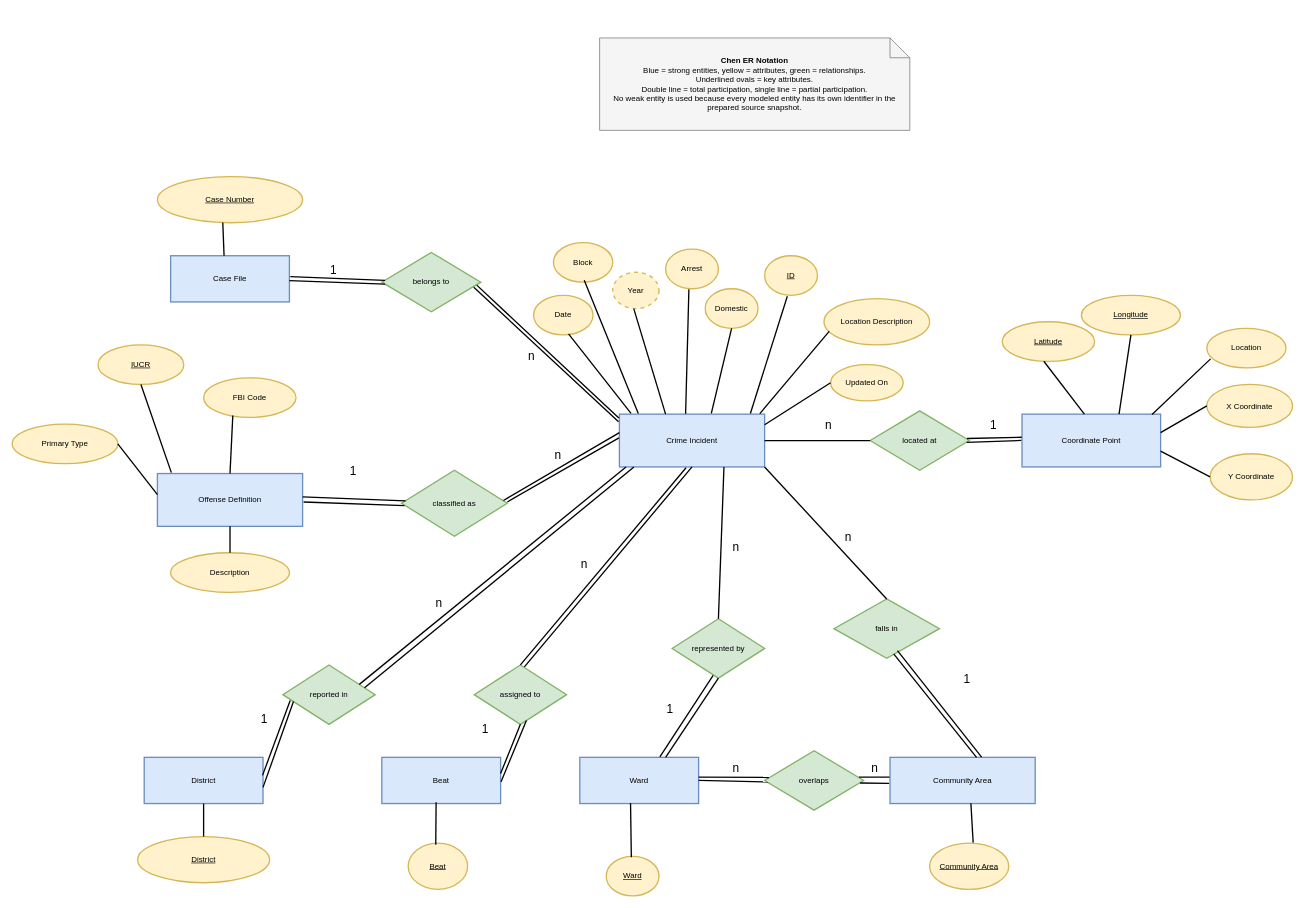
Before: page "ER Diagram" (1 of 5) of diagrams/dwbi_models.drawio in ManushiChamika/Urban_Crime_Monitoring_and_Public_Safety_Intelligence, a draw.io diagram. Source tidied: cells renumbered, new cells numbered last; positions are measured from the earlier drawing's top-left corner, leaving out a move shared by most shapes. Both pictures are drawn from the tidied source at 66%, with x=0, y=0 at pixel (12, 38).
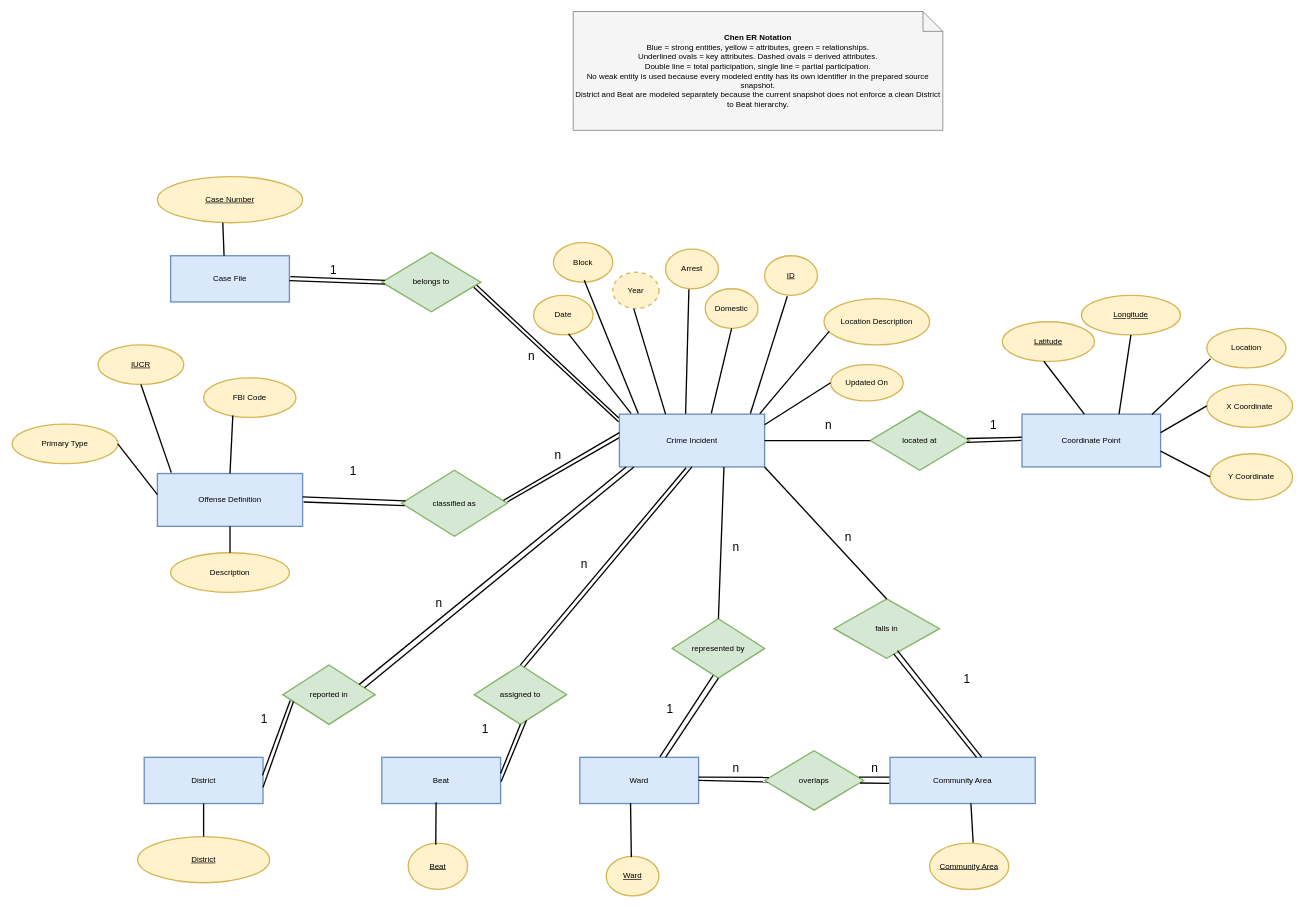
The same page after the edit.

Change to the diagram source:
```diff
@@
-    <mxCell id="2" value="&lt;b&gt;Chen ER Notation&lt;/b&gt;&lt;br&gt;Blue = strong entities, yellow = attributes, green = relationships.&lt;br&gt;Underlined ovals = key attributes.&lt;br&gt;Double line = total participation, single line = partial participation.&lt;br&gt;No weak entity is used because every modeled entity has its own identifier in the prepared source snapshot." style="shape=note;whiteSpace=wrap;html=1;fillColor=#f5f5f5;strokeColor=#666666;fontSize=12;" parent="1" vertex="1">
-      <mxGeometry x="890" width="470" height="140" as="geometry" />
+    <mxCell id="2" value="&lt;b&gt;Chen ER Notation&lt;/b&gt;&lt;br&gt;Blue = strong entities, yellow = attributes, green = relationships.&lt;br&gt;Underlined ovals = key attributes. Dashed ovals = derived attributes.&lt;br&gt;Double line = total participation, single line = partial participation.&lt;br&gt;No weak entity is used because every modeled entity has its own identifier in the prepared source snapshot.&lt;br&gt;District and Beat are modeled separately because the current snapshot does not enforce a clean District to Beat hierarchy." style="shape=note;whiteSpace=wrap;html=1;fillColor=#f5f5f5;strokeColor=#666666;fontSize=12;" parent="1" vertex="1">
+      <mxGeometry x="850" y="-40" width="560" height="180" as="geometry" />
     </mxCell>
```
